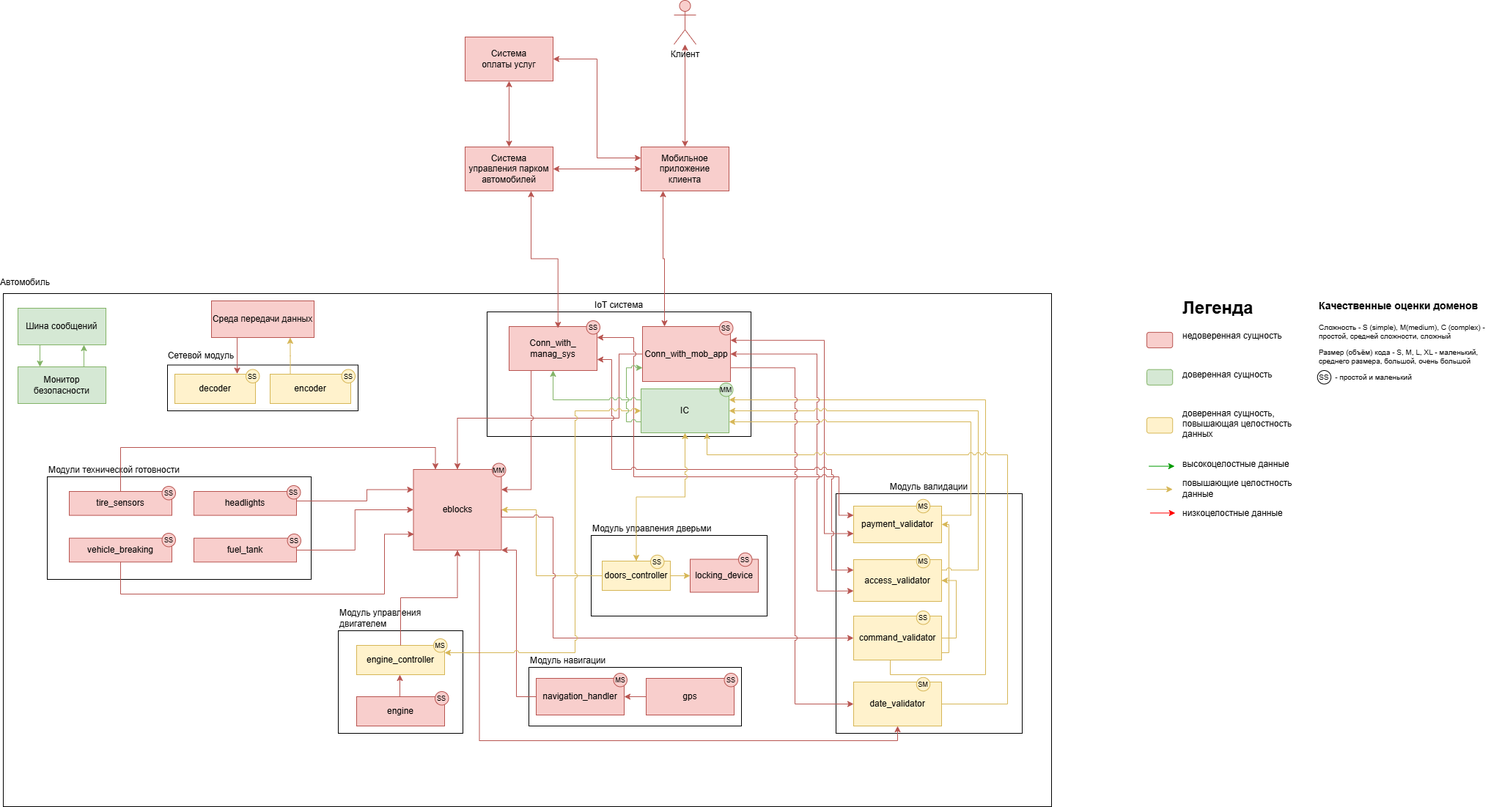
Above: docs/pics/sec_arch.png in 1kitten/cyberimmune-3 (draw.io), before the change. Source tidied: cells renumbered, new cells last; positions are measured from the earlier drawing's top-left corner, leaving out a move shared by most shapes.
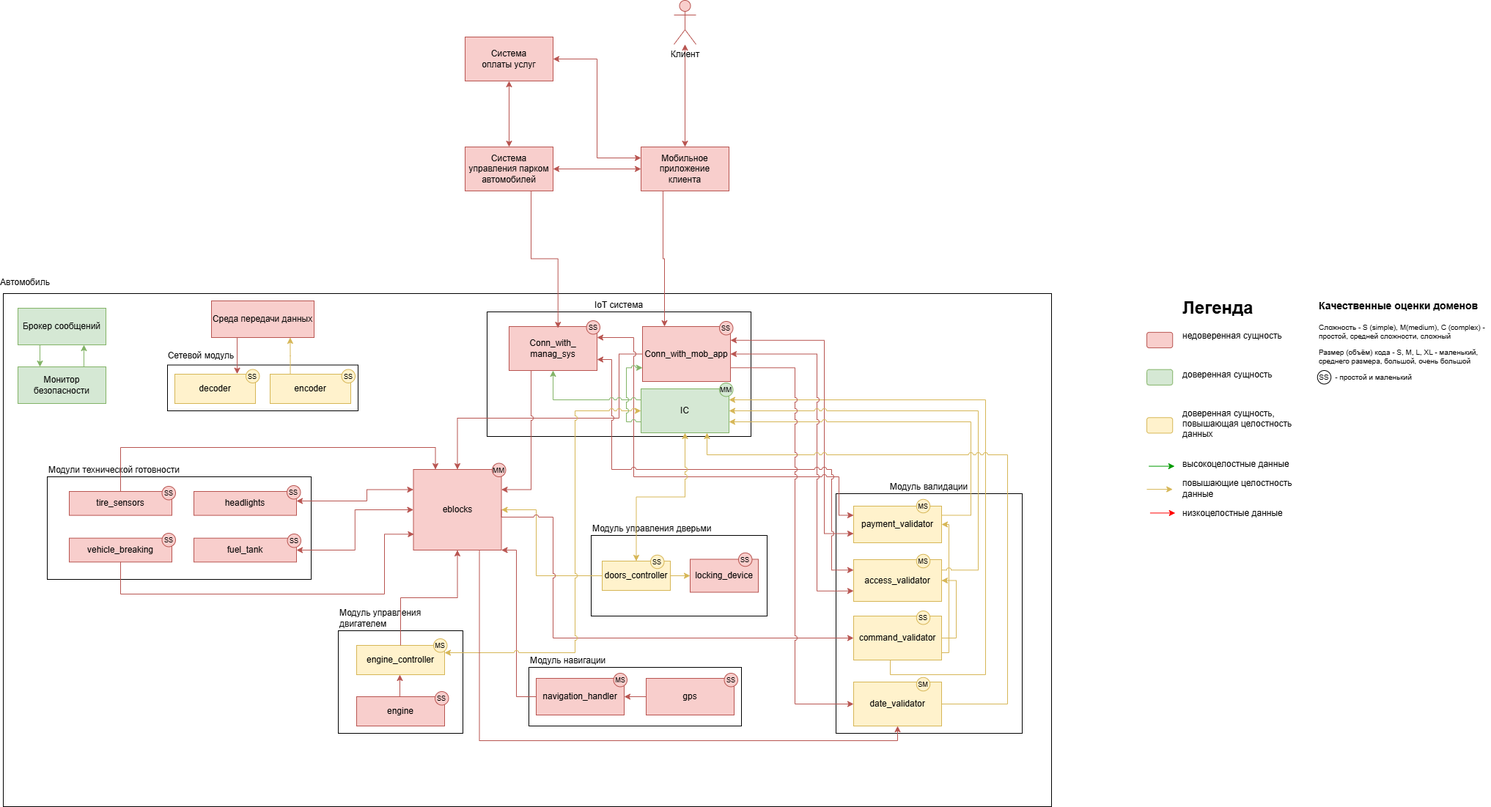
Above is the later version.

The edit, as a diff of the source:
```diff
@@ -56,7 +56,7 @@
     <mxCell id="19" style="edgeStyle=orthogonalEdgeStyle;rounded=0;jettySize=auto;html=1;exitX=0.25;exitY=1;exitDx=0;exitDy=0;entryX=0.25;entryY=0;entryDx=0;entryDy=0;fillColor=#d5e8d4;strokeColor=#82b366;" parent="18" edge="1" source="20" target="22">
       <mxGeometry relative="1" as="geometry" />
     </mxCell>
-    <mxCell id="20" value="Шина сообщений" style="rounded=0;whiteSpace=wrap;html=1;fillColor=#d5e8d4;strokeColor=#82b366;" parent="18" vertex="1">
+    <mxCell id="20" value="Брокер сообщений" style="rounded=0;whiteSpace=wrap;html=1;fillColor=#d5e8d4;strokeColor=#82b366;" parent="18" vertex="1">
       <mxGeometry width="120" height="50" as="geometry" />
     </mxCell>
     <mxCell id="21" style="edgeStyle=orthogonalEdgeStyle;rounded=0;jettySize=auto;html=1;exitX=0.75;exitY=0;exitDx=0;exitDy=0;entryX=0.75;entryY=1;entryDx=0;entryDy=0;fillColor=#d5e8d4;strokeColor=#82b366;" parent="18" edge="1" source="22" target="20">
@@ -168,13 +168,13 @@
     <mxCell id="50" value="Conn_with_mob_app" style="rounded=0;whiteSpace=wrap;html=1;fillColor=#f8cecc;strokeColor=#b85450;" parent="1" vertex="1">
       <mxGeometry x="872" y="445" width="120" height="75" as="geometry" />
     </mxCell>
-    <mxCell id="51" style="edgeStyle=orthogonalEdgeStyle;rounded=0;jettySize=auto;html=1;exitX=0.25;exitY=1;exitDx=0;exitDy=0;fillColor=#f8cecc;strokeColor=#b85450;entryX=0.25;entryY=0;entryDx=0;entryDy=0;startArrow=classic;startFill=1;" parent="1" edge="1" source="3" target="50">
+    <mxCell id="51" style="edgeStyle=orthogonalEdgeStyle;rounded=0;jettySize=auto;html=1;exitX=0.25;exitY=1;exitDx=0;exitDy=0;fillColor=#f8cecc;strokeColor=#b85450;entryX=0.25;entryY=0;entryDx=0;entryDy=0;startArrow=none;startFill=0;" parent="1" edge="1" source="3" target="50">
       <mxGeometry relative="1" as="geometry" />
     </mxCell>
     <mxCell id="52" value="Conn_with_&lt;div&gt;manag_sys&lt;/div&gt;" style="rounded=0;whiteSpace=wrap;html=1;fillColor=#f8cecc;strokeColor=#b85450;" parent="1" vertex="1">
       <mxGeometry x="690" y="445" width="120" height="60" as="geometry" />
     </mxCell>
-    <mxCell id="53" style="edgeStyle=orthogonalEdgeStyle;rounded=0;jettySize=auto;html=1;exitX=0.75;exitY=1;exitDx=0;exitDy=0;startArrow=classic;startFill=1;entryX=0.556;entryY=0.036;entryDx=0;entryDy=0;fillColor=#f8cecc;strokeColor=#b85450;entryPerimeter=0;" parent="1" edge="1" source="4" target="52">
+    <mxCell id="53" style="edgeStyle=orthogonalEdgeStyle;rounded=0;jettySize=auto;html=1;exitX=0.75;exitY=1;exitDx=0;exitDy=0;startArrow=none;startFill=0;entryX=0.556;entryY=0.036;entryDx=0;entryDy=0;fillColor=#f8cecc;strokeColor=#b85450;entryPerimeter=0;" parent="1" edge="1" source="4" target="52">
       <mxGeometry relative="1" as="geometry" />
     </mxCell>
     <mxCell id="54" style="edgeStyle=orthogonalEdgeStyle;rounded=0;jettySize=auto;html=1;fillColor=#f8cecc;strokeColor=#b85450;entryX=0.25;entryY=0;entryDx=0;entryDy=0;" parent="1" edge="1" source="12" target="28">
@@ -186,14 +186,14 @@
         </Array>
       </mxGeometry>
     </mxCell>
-    <mxCell id="55" style="edgeStyle=orthogonalEdgeStyle;rounded=0;jettySize=auto;html=1;entryX=0;entryY=0.25;entryDx=0;entryDy=0;fillColor=#f8cecc;strokeColor=#b85450;" parent="1" edge="1" source="10" target="28">
+    <mxCell id="55" style="edgeStyle=orthogonalEdgeStyle;rounded=0;jettySize=auto;html=1;entryX=0;entryY=0.25;entryDx=0;entryDy=0;fillColor=#f8cecc;strokeColor=#b85450;startArrow=classic;startFill=1;" parent="1" edge="1" source="10" target="28">
       <mxGeometry relative="1" as="geometry">
         <Array as="points">
           <mxPoint x="496" y="683" />
         </Array>
       </mxGeometry>
     </mxCell>
-    <mxCell id="56" style="edgeStyle=orthogonalEdgeStyle;rounded=0;jettySize=auto;html=1;entryX=0;entryY=0.5;entryDx=0;entryDy=0;fillColor=#f8cecc;strokeColor=#b85450;" parent="1" edge="1" source="13" target="28">
+    <mxCell id="56" style="edgeStyle=orthogonalEdgeStyle;rounded=0;jettySize=auto;html=1;entryX=0;entryY=0.5;entryDx=0;entryDy=0;fillColor=#f8cecc;strokeColor=#b85450;startArrow=classic;startFill=1;" parent="1" edge="1" source="13" target="28">
       <mxGeometry relative="1" as="geometry" />
     </mxCell>
     <mxCell id="57" style="edgeStyle=orthogonalEdgeStyle;rounded=0;jettySize=auto;html=1;exitX=0.5;exitY=1;exitDx=0;exitDy=0;fillColor=#f8cecc;strokeColor=#b85450;entryX=0.007;entryY=0.803;entryDx=0;entryDy=0;entryPerimeter=0;" parent="1" edge="1" source="11" target="28">
```
